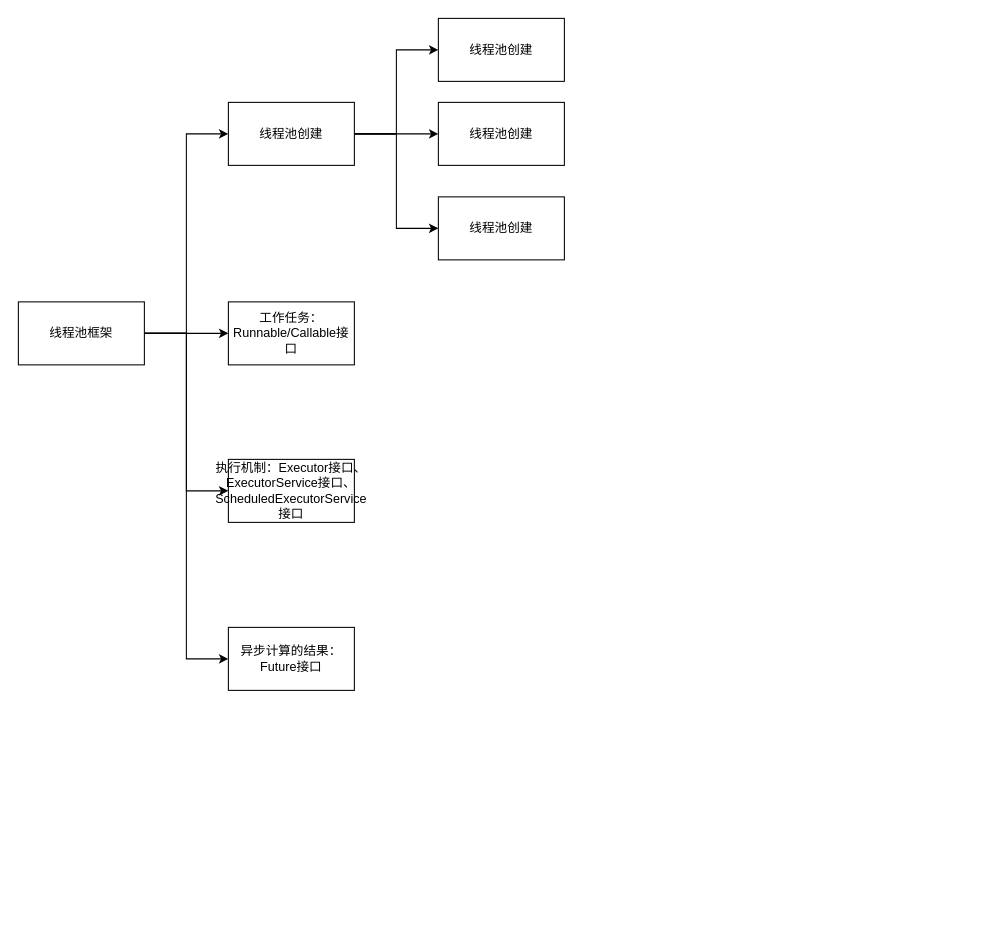
Earlier version of the draw.io diagram images/draw/Executor.drawio (wt1814/wt1814.github.io). Source tidied: cells renumbered, new cells numbered last; positions are measured from the earlier drawing's top-left corner, leaving out a move shared by most shapes. Both pictures are drawn from the tidied source at 105%, with x=0, y=0 at pixel (18, 18).
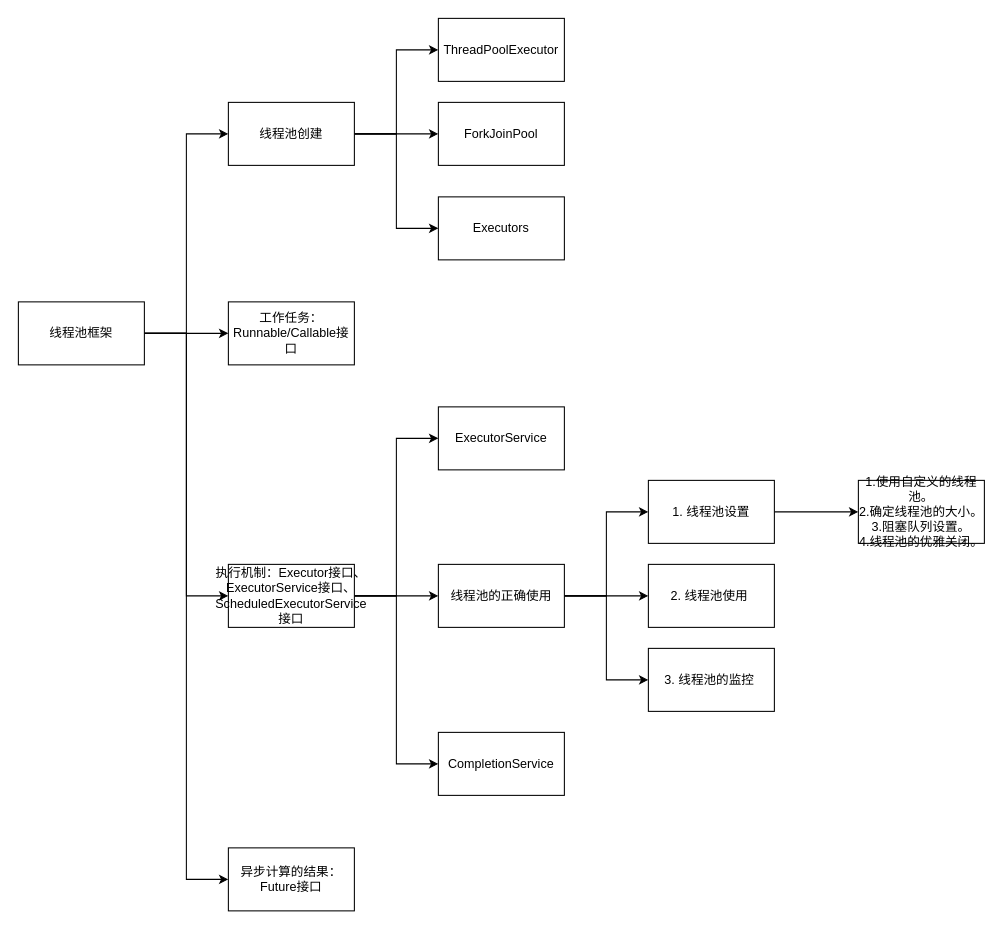
The same page after the edit.

Change to the diagram source:
```diff
@@
+    <mxCell id="17" style="edgeStyle=orthogonalEdgeStyle;rounded=0;jettySize=auto;html=1;entryX=0;entryY=0.5;entryDx=0;entryDy=0;" parent="1" edge="1" source="8" target="20">
+      <mxGeometry relative="1" as="geometry" />
+    </mxCell>
+    <mxCell id="18" style="edgeStyle=orthogonalEdgeStyle;rounded=0;jettySize=auto;html=1;entryX=0;entryY=0.5;entryDx=0;entryDy=0;" parent="1" edge="1" source="8" target="24">
+      <mxGeometry relative="1" as="geometry" />
+    </mxCell>
+    <mxCell id="19" style="edgeStyle=orthogonalEdgeStyle;rounded=0;jettySize=auto;html=1;entryX=0;entryY=0.5;entryDx=0;entryDy=0;" parent="1" edge="1" source="8" target="30">
+      <mxGeometry relative="1" as="geometry" />
+    </mxCell>
     <mxCell id="8" value="执行机制：Executor接口、ExecutorService接口、ScheduledExecutorService接口" style="rounded=0;whiteSpace=wrap;html=1;" parent="1" vertex="1">
-      <mxGeometry x="200" y="420" width="120" height="60" as="geometry" />
+      <mxGeometry x="200" y="520" width="120" height="60" as="geometry" />
     </mxCell>
     <mxCell id="9" value="异步计算的结果：Future接口" style="rounded=0;whiteSpace=wrap;html=1;" parent="1" vertex="1">
-      <mxGeometry x="200" y="580" width="120" height="60" as="geometry" />
+      <mxGeometry x="200" y="790" width="120" height="60" as="geometry" />
     </mxCell>
@@
-    <mxCell id="14" value="线程池创建" style="rounded=0;whiteSpace=wrap;html=1;" parent="1" vertex="1">
+    <mxCell id="14" value="ForkJoinPool" style="rounded=0;whiteSpace=wrap;html=1;" parent="1" vertex="1">
       <mxGeometry x="400" y="80" width="120" height="60" as="geometry" />
     </mxCell>
-    <mxCell id="15" value="线程池创建" style="rounded=0;whiteSpace=wrap;html=1;" parent="1" vertex="1">
+    <mxCell id="15" value="Executors" style="rounded=0;whiteSpace=wrap;html=1;" parent="1" vertex="1">
       <mxGeometry x="400" y="170" width="120" height="60" as="geometry" />
     </mxCell>
-    <mxCell id="16" value="线程池创建" style="rounded=0;whiteSpace=wrap;html=1;" parent="1" vertex="1">
+    <mxCell id="16" value="ThreadPoolExecutor" style="rounded=0;whiteSpace=wrap;html=1;" parent="1" vertex="1">
       <mxGeometry x="400" width="120" height="60" as="geometry" />
     </mxCell>
+    <mxCell id="20" value="ExecutorService" style="rounded=0;whiteSpace=wrap;html=1;" parent="1" vertex="1">
+      <mxGeometry x="400" y="370" width="120" height="60" as="geometry" />
+    </mxCell>
+    <mxCell id="21" style="edgeStyle=orthogonalEdgeStyle;rounded=0;jettySize=auto;html=1;entryX=0;entryY=0.5;entryDx=0;entryDy=0;" parent="1" edge="1" source="24" target="26">
+      <mxGeometry relative="1" as="geometry" />
+    </mxCell>
+    <mxCell id="22" style="edgeStyle=orthogonalEdgeStyle;rounded=0;jettySize=auto;html=1;entryX=0;entryY=0.5;entryDx=0;entryDy=0;" parent="1" edge="1" source="24" target="27">
+      <mxGeometry relative="1" as="geometry" />
+    </mxCell>
+    <mxCell id="23" style="edgeStyle=orthogonalEdgeStyle;rounded=0;jettySize=auto;html=1;entryX=0;entryY=0.5;entryDx=0;entryDy=0;" parent="1" edge="1" source="24" target="28">
+      <mxGeometry relative="1" as="geometry" />
+    </mxCell>
+    <mxCell id="24" value="线程池的正确使用" style="rounded=0;whiteSpace=wrap;html=1;" parent="1" vertex="1">
+      <mxGeometry x="400" y="520" width="120" height="60" as="geometry" />
+    </mxCell>
+    <mxCell id="25" style="edgeStyle=orthogonalEdgeStyle;rounded=0;jettySize=auto;html=1;" parent="1" edge="1" source="26" target="29">
+      <mxGeometry relative="1" as="geometry" />
+    </mxCell>
+    <mxCell id="26" value="&lt;div&gt;1. 线程池设置&lt;/div&gt;" style="rounded=0;whiteSpace=wrap;html=1;" parent="1" vertex="1">
+      <mxGeometry x="600" y="440" width="120" height="60" as="geometry" />
+    </mxCell>
+    <mxCell id="27" value="&lt;div&gt;&lt;span style=&quot;background-color: initial;&quot;&gt;2. 线程池使用&amp;nbsp;&lt;/span&gt;&lt;/div&gt;" style="rounded=0;whiteSpace=wrap;html=1;" parent="1" vertex="1">
+      <mxGeometry x="600" y="520" width="120" height="60" as="geometry" />
+    </mxCell>
+    <mxCell id="28" value="&lt;div&gt;&lt;span style=&quot;background-color: initial;&quot;&gt;3. 线程池的监控&amp;nbsp;&lt;/span&gt;&lt;br&gt;&lt;/div&gt;" style="rounded=0;whiteSpace=wrap;html=1;" parent="1" vertex="1">
+      <mxGeometry x="600" y="600" width="120" height="60" as="geometry" />
+    </mxCell>
+    <mxCell id="29" value="&lt;div&gt;1.使用自定义的线程池。&lt;/div&gt;&lt;div&gt;2.确定线程池的大小。&lt;/div&gt;&lt;div&gt;3.阻塞队列设置。&lt;/div&gt;&lt;div&gt;4.线程池的优雅关闭。&lt;/div&gt;" style="rounded=0;whiteSpace=wrap;html=1;" parent="1" vertex="1">
+      <mxGeometry x="800" y="440" width="120" height="60" as="geometry" />
+    </mxCell>
+    <mxCell id="30" value="CompletionService" style="rounded=0;whiteSpace=wrap;html=1;" parent="1" vertex="1">
+      <mxGeometry x="400" y="680" width="120" height="60" as="geometry" />
+    </mxCell>
```
